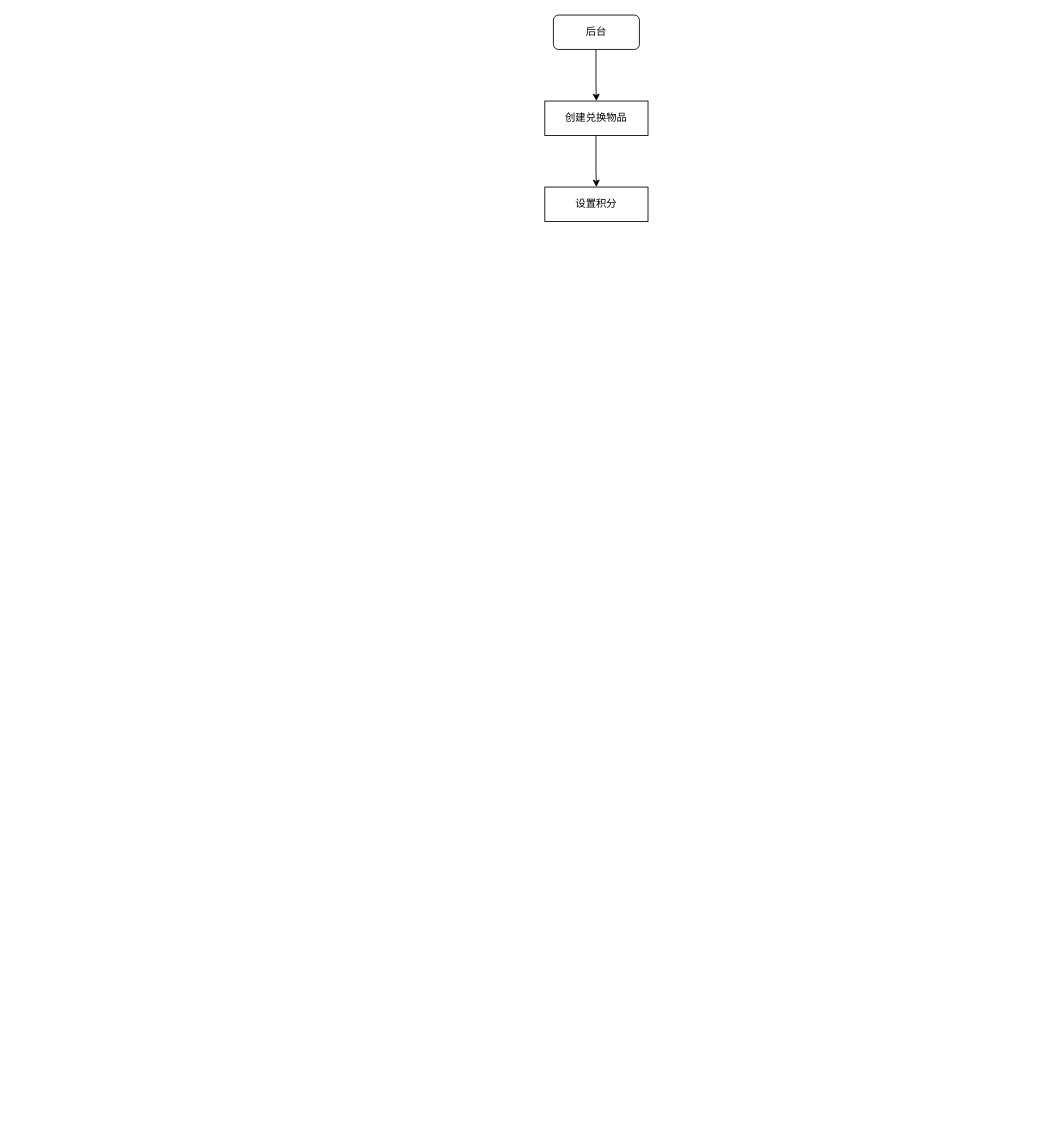
Before: Untitled Diagram.drawio in ZCreturn0/gitTest, a draw.io diagram. Source tidied: cells renumbered, new cells numbered last; positions are measured from the earlier drawing's top-left corner, leaving out a move shared by most shapes. Both pictures are drawn from the tidied source at 86%, with x=0, y=0 at pixel (544, 15).
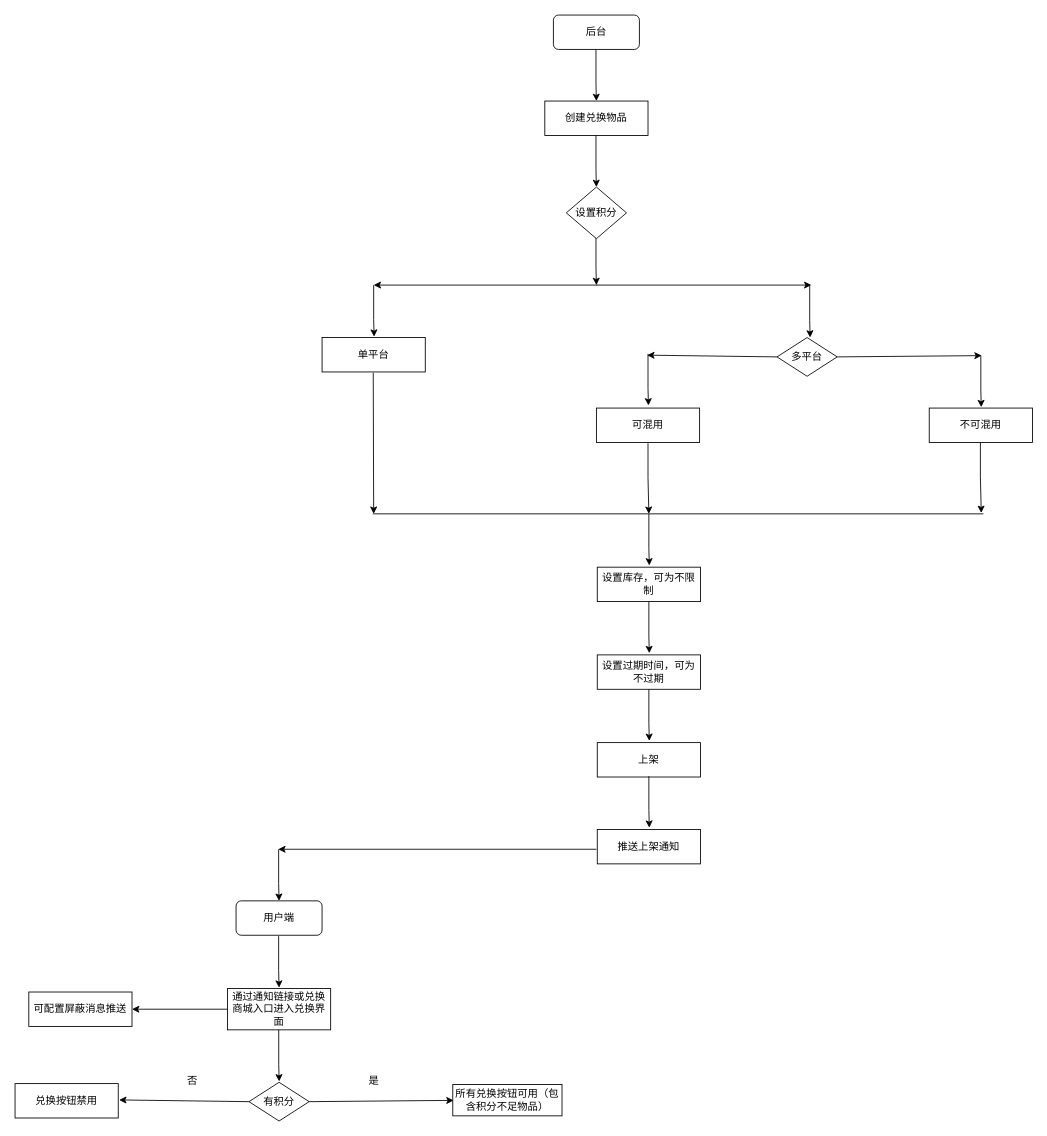
The same page after the edit.

Diff of the diagram source:
```diff
@@
+    <mxCell id="7" style="endArrow=classic;html=1;rounded=0;" parent="1" edge="1">
+      <mxGeometry relative="1" as="geometry">
+        <mxPoint x="59.5" y="254" as="sourcePoint" />
+        <mxPoint x="60" y="314" as="targetPoint" />
+        <Array as="points">
+          <mxPoint x="59.5" y="294" />
+        </Array>
+      </mxGeometry>
+    </mxCell>
+    <mxCell id="8" style="endArrow=classic;html=1;rounded=0;" parent="1" edge="1">
+      <mxGeometry relative="1" as="geometry">
+        <mxPoint x="61" y="314" as="sourcePoint" />
+        <mxPoint x="-199" y="314" as="targetPoint" />
+      </mxGeometry>
+    </mxCell>
+    <mxCell id="9" style="endArrow=classic;html=1;rounded=0;" parent="1" edge="1">
+      <mxGeometry relative="1" as="geometry">
+        <mxPoint x="-199" y="314" as="sourcePoint" />
+        <mxPoint x="-198.5" y="374" as="targetPoint" />
+        <Array as="points">
+          <mxPoint x="-199" y="354" />
+        </Array>
+      </mxGeometry>
+    </mxCell>
-    <mxCell id="6" value="设置积分" style="rounded=0;whiteSpace=wrap;html=1;" parent="1" vertex="1">
-      <mxGeometry y="200" width="120" height="40" as="geometry" />
+    <mxCell id="6" value="&lt;span&gt;设置积分&lt;/span&gt;" style="rhombus;whiteSpace=wrap;html=1;" parent="1" vertex="1">
+      <mxGeometry x="25" y="200" width="70" height="60" as="geometry" />
     </mxCell>
+    <mxCell id="10" value="单平台" style="rounded=0;whiteSpace=wrap;html=1;" parent="1" vertex="1">
+      <mxGeometry x="-259" y="375" width="120" height="40" as="geometry" />
+    </mxCell>
+    <mxCell id="11" style="endArrow=classic;html=1;rounded=0;" parent="1" edge="1">
+      <mxGeometry relative="1" as="geometry">
+        <mxPoint x="60" y="314" as="sourcePoint" />
+        <mxPoint x="310" y="314" as="targetPoint" />
+      </mxGeometry>
+    </mxCell>
+    <mxCell id="12" style="endArrow=classic;html=1;rounded=0;" parent="1" edge="1">
+      <mxGeometry relative="1" as="geometry">
+        <mxPoint x="308" y="315" as="sourcePoint" />
+        <mxPoint x="308.5" y="375" as="targetPoint" />
+        <Array as="points">
+          <mxPoint x="308" y="355" />
+        </Array>
+      </mxGeometry>
+    </mxCell>
+    <mxCell id="13" style="endArrow=classic;html=1;rounded=0;exitX=0;exitY=0.5;exitDx=0;exitDy=0;" parent="1" edge="1" source="23">
+      <mxGeometry relative="1" as="geometry">
+        <mxPoint x="119" y="395.5" as="targetPoint" />
+      </mxGeometry>
+    </mxCell>
+    <mxCell id="14" style="endArrow=classic;html=1;rounded=0;exitX=1;exitY=0.5;exitDx=0;exitDy=0;" parent="1" edge="1" source="23">
+      <mxGeometry relative="1" as="geometry">
+        <mxPoint x="508" y="396" as="targetPoint" />
+      </mxGeometry>
+    </mxCell>
+    <mxCell id="15" style="endArrow=classic;html=1;rounded=0;" parent="1" edge="1">
+      <mxGeometry relative="1" as="geometry">
+        <mxPoint x="120" y="394" as="sourcePoint" />
+        <mxPoint x="120.5" y="454" as="targetPoint" />
+        <Array as="points">
+          <mxPoint x="120" y="434" />
+        </Array>
+      </mxGeometry>
+    </mxCell>
+    <mxCell id="16" value="可混用" style="rounded=0;whiteSpace=wrap;html=1;" parent="1" vertex="1">
+      <mxGeometry x="60" y="457" width="120" height="40" as="geometry" />
+    </mxCell>
+    <mxCell id="17" style="endArrow=classic;html=1;rounded=0;" parent="1" edge="1">
+      <mxGeometry relative="1" as="geometry">
+        <mxPoint x="507" y="396" as="sourcePoint" />
+        <mxPoint x="507.5" y="456" as="targetPoint" />
+        <Array as="points">
+          <mxPoint x="507" y="436" />
+        </Array>
+      </mxGeometry>
+    </mxCell>
+    <mxCell id="18" value="不可混用" style="rounded=0;whiteSpace=wrap;html=1;" parent="1" vertex="1">
+      <mxGeometry x="447" y="457" width="120" height="40" as="geometry" />
+    </mxCell>
+    <mxCell id="19" style="endArrow=classic;html=1;rounded=0;" parent="1" edge="1">
+      <mxGeometry relative="1" as="geometry">
+        <mxPoint x="-199.5" y="416" as="sourcePoint" />
+        <mxPoint x="-199" y="580" as="targetPoint" />
+      </mxGeometry>
+    </mxCell>
+    <mxCell id="20" style="endArrow=classic;html=1;rounded=0;" parent="1" edge="1">
+      <mxGeometry relative="1" as="geometry">
+        <mxPoint x="120" y="498" as="sourcePoint" />
+        <mxPoint x="121" y="580" as="targetPoint" />
+        <Array as="points">
+          <mxPoint x="120" y="538" />
+        </Array>
+      </mxGeometry>
+    </mxCell>
+    <mxCell id="21" style="endArrow=classic;html=1;rounded=0;" parent="1" edge="1">
+      <mxGeometry relative="1" as="geometry">
+        <mxPoint x="506.5" y="497" as="sourcePoint" />
+        <mxPoint x="507.5" y="579" as="targetPoint" />
+        <Array as="points">
+          <mxPoint x="506.5" y="537" />
+        </Array>
+      </mxGeometry>
+    </mxCell>
+    <mxCell id="22" style="endArrow=none;html=1;rounded=0;" parent="1" edge="1">
+      <mxGeometry relative="1" as="geometry">
+        <mxPoint x="-200" y="580" as="sourcePoint" />
+        <mxPoint x="510" y="580" as="targetPoint" />
+      </mxGeometry>
+    </mxCell>
+    <mxCell id="23" value="&lt;span&gt;多平台&lt;/span&gt;" style="rhombus;whiteSpace=wrap;html=1;" parent="1" vertex="1">
+      <mxGeometry x="270" y="375" width="70" height="45" as="geometry" />
+    </mxCell>
+    <mxCell id="24" style="endArrow=classic;html=1;rounded=0;" parent="1" edge="1">
+      <mxGeometry relative="1" as="geometry">
+        <mxPoint x="121" y="580" as="sourcePoint" />
+        <mxPoint x="121.5" y="640" as="targetPoint" />
+        <Array as="points">
+          <mxPoint x="121" y="620" />
+        </Array>
+      </mxGeometry>
+    </mxCell>
+    <mxCell id="25" value="设置库存，可为不限制" style="rounded=0;whiteSpace=wrap;html=1;" parent="1" vertex="1">
+      <mxGeometry x="61" y="642" width="120" height="40" as="geometry" />
+    </mxCell>
+    <mxCell id="26" style="endArrow=classic;html=1;rounded=0;" parent="1" edge="1">
+      <mxGeometry relative="1" as="geometry">
+        <mxPoint x="121" y="682" as="sourcePoint" />
+        <mxPoint x="121.5" y="742" as="targetPoint" />
+        <Array as="points">
+          <mxPoint x="121" y="722" />
+        </Array>
+      </mxGeometry>
+    </mxCell>
+    <mxCell id="27" value="设置过期时间，可为不过期" style="rounded=0;whiteSpace=wrap;html=1;" parent="1" vertex="1">
+      <mxGeometry x="61" y="744" width="120" height="40" as="geometry" />
+    </mxCell>
+    <mxCell id="28" style="endArrow=classic;html=1;rounded=0;" parent="1" edge="1">
+      <mxGeometry relative="1" as="geometry">
+        <mxPoint x="121" y="784" as="sourcePoint" />
+        <mxPoint x="121.5" y="844" as="targetPoint" />
+        <Array as="points">
+          <mxPoint x="121" y="824" />
+        </Array>
+      </mxGeometry>
+    </mxCell>
+    <mxCell id="29" value="上架" style="rounded=0;whiteSpace=wrap;html=1;" parent="1" vertex="1">
+      <mxGeometry x="61" y="846" width="120" height="40" as="geometry" />
+    </mxCell>
+    <mxCell id="30" style="endArrow=classic;html=1;rounded=0;" parent="1" edge="1">
+      <mxGeometry relative="1" as="geometry">
+        <mxPoint x="121" y="885" as="sourcePoint" />
+        <mxPoint x="121.5" y="945" as="targetPoint" />
+        <Array as="points">
+          <mxPoint x="121" y="925" />
+        </Array>
+      </mxGeometry>
+    </mxCell>
+    <mxCell id="31" value="推送上架通知" style="rounded=0;whiteSpace=wrap;html=1;" parent="1" vertex="1">
+      <mxGeometry x="61" y="947" width="120" height="40" as="geometry" />
+    </mxCell>
+    <mxCell id="32" value="用户端" style="rounded=1;whiteSpace=wrap;html=1;" parent="1" vertex="1">
+      <mxGeometry x="-359" y="1030" width="100" height="40" as="geometry" />
+    </mxCell>
+    <mxCell id="33" style="endArrow=classic;html=1;rounded=0;" parent="1" edge="1">
+      <mxGeometry relative="1" as="geometry">
+        <mxPoint x="60" y="970" as="sourcePoint" />
+        <mxPoint x="-310" y="970" as="targetPoint" />
+      </mxGeometry>
+    </mxCell>
+    <mxCell id="34" style="endArrow=classic;html=1;rounded=0;" parent="1" edge="1">
+      <mxGeometry relative="1" as="geometry">
+        <mxPoint x="-309.5" y="970" as="sourcePoint" />
+        <mxPoint x="-309" y="1030" as="targetPoint" />
+        <Array as="points">
+          <mxPoint x="-309.5" y="1010" />
+        </Array>
+      </mxGeometry>
+    </mxCell>
+    <mxCell id="35" style="endArrow=classic;html=1;rounded=0;" parent="1" edge="1">
+      <mxGeometry relative="1" as="geometry">
+        <mxPoint x="-309.5" y="1071" as="sourcePoint" />
+        <mxPoint x="-309" y="1131" as="targetPoint" />
+        <Array as="points">
+          <mxPoint x="-309.5" y="1111" />
+        </Array>
+      </mxGeometry>
+    </mxCell>
+    <mxCell id="36" value="通过通知链接或兑换商城入口进入兑换界面" style="rounded=0;whiteSpace=wrap;html=1;" parent="1" vertex="1">
+      <mxGeometry x="-369" y="1132" width="120" height="48" as="geometry" />
+    </mxCell>
+    <mxCell id="37" style="endArrow=classic;html=1;rounded=0;exitX=0;exitY=0.5;exitDx=0;exitDy=0;" parent="1" edge="1" source="39">
+      <mxGeometry relative="1" as="geometry">
+        <mxPoint x="-495" y="1261.5" as="targetPoint" />
+      </mxGeometry>
+    </mxCell>
+    <mxCell id="38" style="endArrow=classic;html=1;rounded=0;exitX=1;exitY=0.5;exitDx=0;exitDy=0;" parent="1" edge="1" source="39">
+      <mxGeometry relative="1" as="geometry">
+        <mxPoint x="-106" y="1262" as="targetPoint" />
+      </mxGeometry>
+    </mxCell>
+    <mxCell id="39" value="&lt;span&gt;有积分&lt;/span&gt;" style="rhombus;whiteSpace=wrap;html=1;" parent="1" vertex="1">
+      <mxGeometry x="-344" y="1241" width="70" height="45" as="geometry" />
+    </mxCell>
+    <mxCell id="40" style="endArrow=classic;html=1;rounded=0;" parent="1" edge="1">
+      <mxGeometry relative="1" as="geometry">
+        <mxPoint x="-309.4" y="1180" as="sourcePoint" />
+        <mxPoint x="-308.9" y="1240" as="targetPoint" />
+        <Array as="points">
+          <mxPoint x="-309.4" y="1220" />
+        </Array>
+      </mxGeometry>
+    </mxCell>
+    <mxCell id="41" value="否" style="text;html=1;align=center;verticalAlign=middle;strokeColor=none;fillColor=none;" parent="1" vertex="1">
+      <mxGeometry x="-425" y="1230" width="30" height="20" as="geometry" />
+    </mxCell>
+    <mxCell id="42" style="endArrow=classic;html=1;rounded=0;exitX=0;exitY=0.5;exitDx=0;exitDy=0;" parent="1" edge="1" source="36">
+      <mxGeometry relative="1" as="geometry">
+        <mxPoint x="-480" y="1156" as="targetPoint" />
+      </mxGeometry>
+    </mxCell>
+    <mxCell id="43" value="可配置屏蔽消息推送" style="rounded=0;whiteSpace=wrap;html=1;" parent="1" vertex="1">
+      <mxGeometry x="-600" y="1136" width="120" height="40" as="geometry" />
+    </mxCell>
+    <mxCell id="44" value="兑换按钮禁用" style="rounded=0;whiteSpace=wrap;html=1;" parent="1" vertex="1">
+      <mxGeometry x="-616" y="1242.5" width="120" height="40" as="geometry" />
+    </mxCell>
+    <mxCell id="45" value="是" style="text;html=1;align=center;verticalAlign=middle;strokeColor=none;fillColor=none;" parent="1" vertex="1">
+      <mxGeometry x="-214" y="1230" width="30" height="20" as="geometry" />
+    </mxCell>
+    <mxCell id="46" value="所有兑换按钮可用（包含积分不足物品）" style="rounded=0;whiteSpace=wrap;html=1;" parent="1" vertex="1">
+      <mxGeometry x="-107" y="1243.5" width="127" height="36.5" as="geometry" />
+    </mxCell>
```
